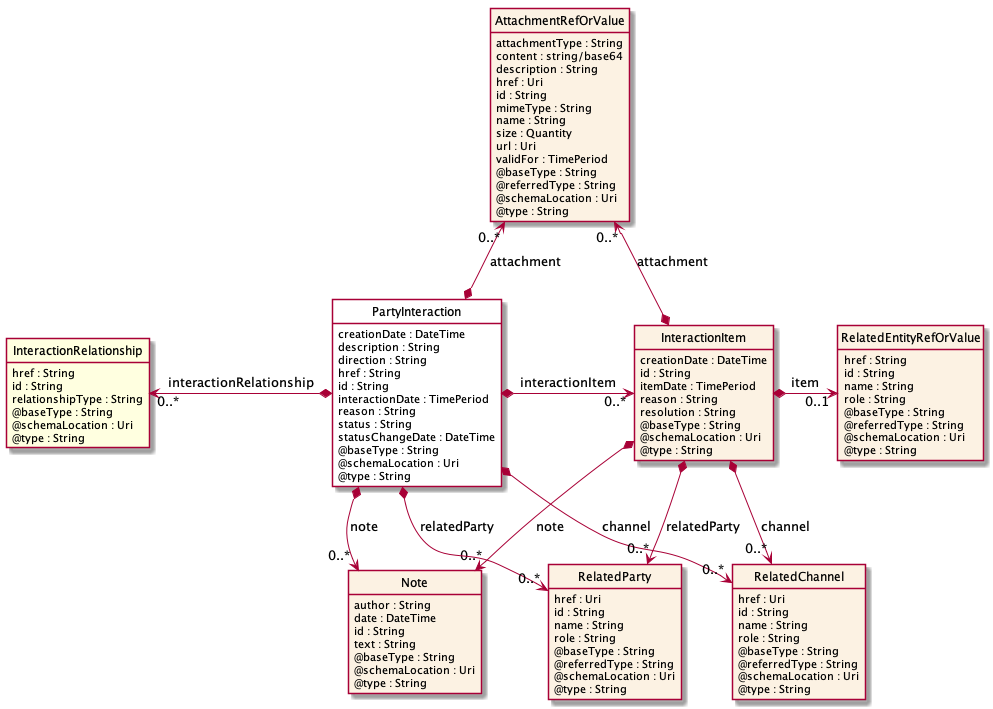
The PlantUML diagram apis/TMF683_Party_Interaction/documentation/diagrams/Resource_PartyInteraction.png in tmforum-apis/Open_Api_And_Data_Model, before a commit.
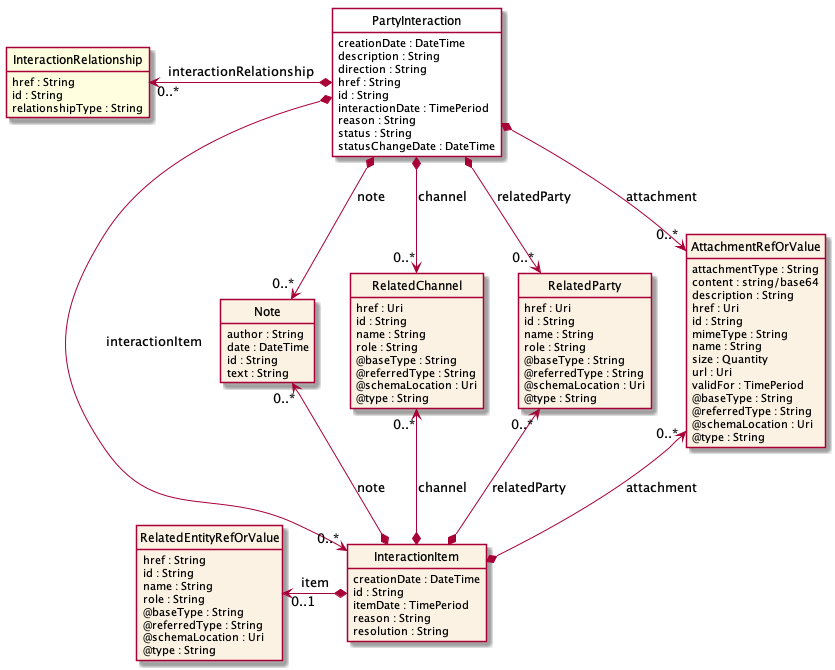
Later version of the same file.

Diff of the diagram source:
```diff
@@ -20,9 +20,6 @@
     reason : String
     status : String
     statusChangeDate : DateTime
-    @baseType : String
-    @schemaLocation : Uri
-    @type : String
 }
 
 class Note  {
@@ -30,18 +27,12 @@
     date : DateTime
     id : String
     text : String
-    @baseType : String
-    @schemaLocation : Uri
-    @type : String
 }
 
 class InteractionRelationship  <<Ref>> {
     href : String
     id : String
     relationshipType : String
-    @baseType : String
-    @schemaLocation : Uri
-    @type : String
 }
 
 class RelatedChannel  {
@@ -72,9 +63,6 @@
     itemDate : TimePeriod
     reason : String
     resolution : String
-    @baseType : String
-    @schemaLocation : Uri
-    @type : String
 }
 
 class RelatedEntityRefOrValue  {
@@ -105,26 +93,26 @@
     @type : String
 }
 
-PartyInteraction *-right-> "0..*" InteractionItem : interactionItem
+PartyInteraction *-->  "0..*" AttachmentRefOrValue : attachment
 
-AttachmentRefOrValue "0..*" <--* PartyInteraction : attachment
+PartyInteraction *-->  "0..*" Note : note
+
+PartyInteraction *-->  "0..*" RelatedChannel : channel
+
+PartyInteraction *-->  "0..*" RelatedParty : relatedParty
+
+PartyInteraction *-->  "0..*" InteractionItem : interactionItem
 
 AttachmentRefOrValue "0..*" <--* InteractionItem : attachment
 
-InteractionItem *-->  "0..*" Note : note
+Note "0..*" <--* InteractionItem : note
 
-PartyInteraction *-->  "0..*" Note : note
+RelatedChannel "0..*" <--* InteractionItem : channel
 
-InteractionItem *-->  "0..*" RelatedChannel : channel
-
-PartyInteraction *-->  "0..*" RelatedChannel : channel
-
-InteractionItem *-->  "0..*" RelatedParty : relatedParty
-
-PartyInteraction *-->  "0..*" RelatedParty : relatedParty
+RelatedParty "0..*" <--* InteractionItem : relatedParty
 
 InteractionRelationship "0..*" <-left-* PartyInteraction : interactionRelationship
 
-InteractionItem *-right-> "0..1" RelatedEntityRefOrValue : item
+RelatedEntityRefOrValue "0..1" <-left-* InteractionItem : item
 
 @enduml
```
